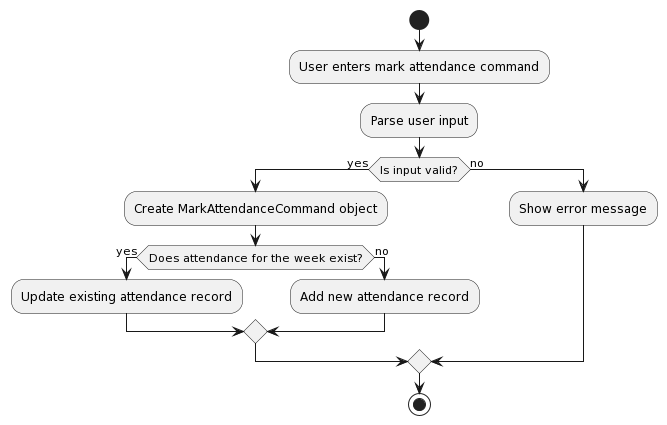
Earlier version of the PlantUML export docs/images/MarkAttendanceActivityDiagram.png (nus-cs2103-AY2324S1/tp). The source it was exported from:
```plantuml
@startuml
start
:User enters mark attendance command;
:Parse user input;
if (Is input valid?) then (yes)
  :Create MarkAttendanceCommand object;
  if (Does attendance for the week exist?) then (yes)
    :Update existing attendance record;
  else (no)
    :Add new attendance record;
  endif
else (no)
  :Show error message;
endif
stop
@enduml
```
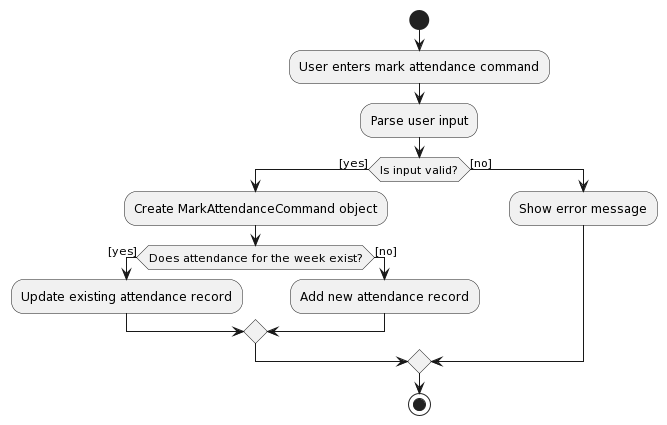
Above is the later version.

What changed in the source:
```diff
@@ -2,14 +2,14 @@
 start
 :User enters mark attendance command;
 :Parse user input;
-if (Is input valid?) then (yes)
+if (Is input valid?) then ([yes])
   :Create MarkAttendanceCommand object;
-  if (Does attendance for the week exist?) then (yes)
+  if (Does attendance for the week exist?) then ([yes])
     :Update existing attendance record;
-  else (no)
+  else ([no])
     :Add new attendance record;
   endif
-else (no)
+else ([no])
   :Show error message;
 endif
 stop
```
